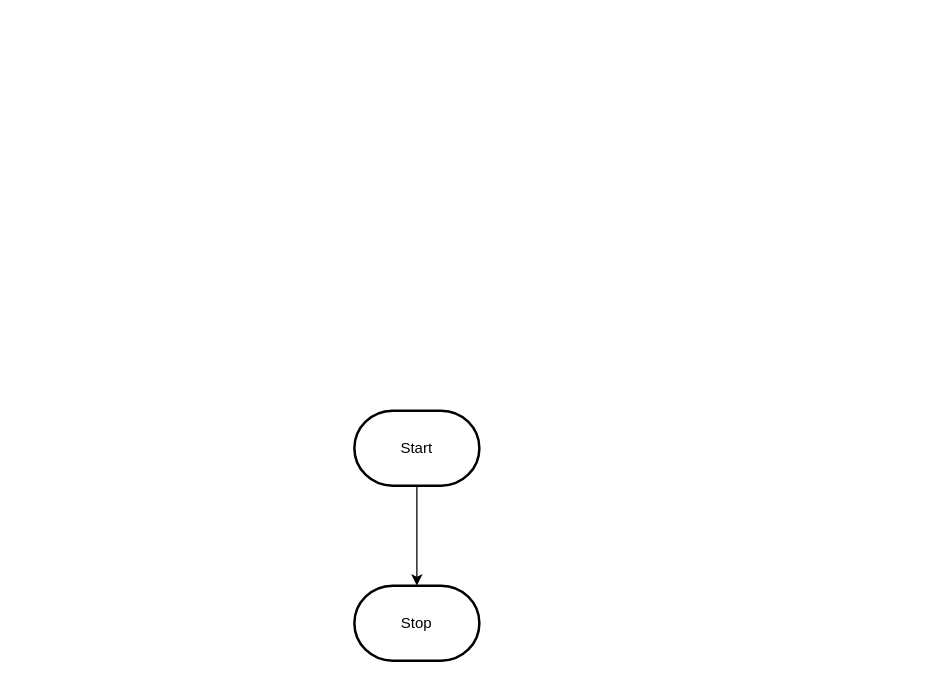
The draw.io diagram design/flowchart.drawio in MTHS-ICD2O-1-2023/ICD2O-Assignment-04-George-Khalil-29, before the edit. Source tidied: cells renumbered, new cells numbered last; positions are measured from the earlier drawing's top-left corner, leaving out a move shared by most shapes. Both pictures are drawn from the tidied source at 125%, with x=0, y=0 at pixel (354, 410).
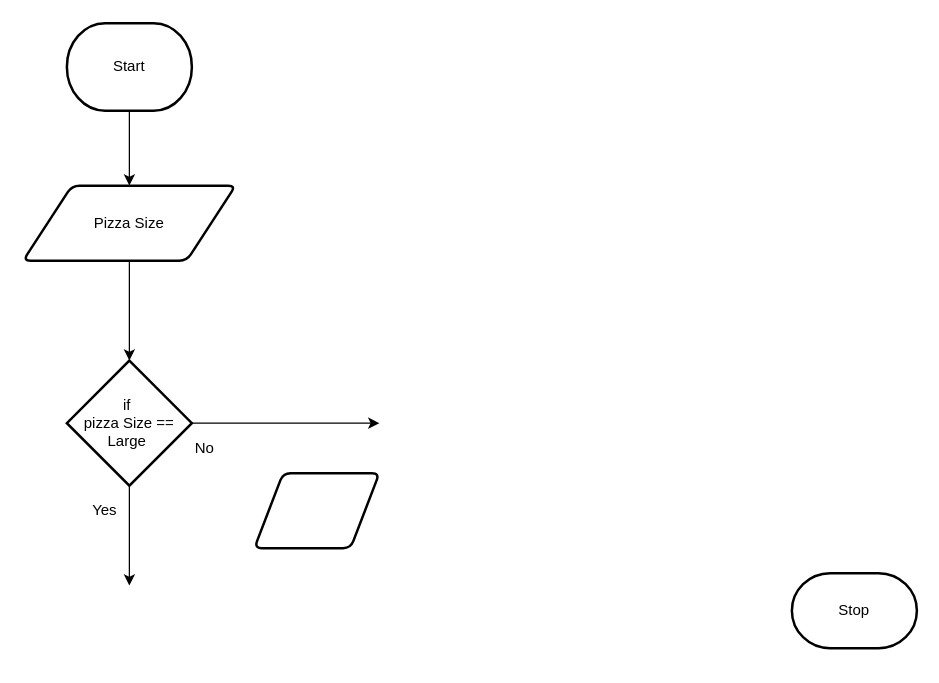
The same diagram, later.

Diff of the diagram source:
```diff
@@
 <mxGraphModel>
   <root>
     <mxCell id="0" />
     <mxCell id="1" parent="0" />
-    <mxCell id="2" style="edgeStyle=orthogonalEdgeStyle;html=1;rounded=0;" parent="1" edge="1" source="3" target="4">
-      <mxGeometry relative="1" as="geometry" />
-    </mxCell>
+    <mxCell id="5" style="edgeStyle=none;html=1;" parent="1" edge="1" source="3" target="2">
+      <mxGeometry relative="1" as="geometry" />
+    </mxCell>
     <mxCell id="3" value="Start" style="strokeWidth=2;html=1;shape=mxgraph.flowchart.terminator;whiteSpace=wrap;" parent="1" vertex="1">
-      <mxGeometry width="100" height="60" as="geometry" />
+      <mxGeometry x="-230" y="-310" width="100" height="70" as="geometry" />
     </mxCell>
     <mxCell id="4" value="Stop" style="strokeWidth=2;html=1;shape=mxgraph.flowchart.terminator;whiteSpace=wrap;" parent="1" vertex="1">
-      <mxGeometry y="140" width="100" height="60" as="geometry" />
+      <mxGeometry x="350" y="130" width="100" height="60" as="geometry" />
     </mxCell>
+    <mxCell id="6" style="edgeStyle=none;html=1;entryX=0.5;entryY=0;entryDx=0;entryDy=0;entryPerimeter=0;" parent="1" edge="1" source="2" target="9">
+      <mxGeometry relative="1" as="geometry" />
+    </mxCell>
+    <mxCell id="2" value="Pizza Size" style="shape=parallelogram;html=1;strokeWidth=2;perimeter=parallelogramPerimeter;whiteSpace=wrap;rounded=1;arcSize=12;size=0.23;" parent="1" vertex="1">
+      <mxGeometry x="-265" y="-180" width="170" height="60" as="geometry" />
+    </mxCell>
+    <mxCell id="7" style="edgeStyle=none;html=1;" parent="1" edge="1" source="9">
+      <mxGeometry relative="1" as="geometry">
+        <mxPoint x="20" y="10" as="targetPoint" />
+      </mxGeometry>
+    </mxCell>
+    <mxCell id="8" style="edgeStyle=none;html=1;" parent="1" edge="1" source="9">
+      <mxGeometry relative="1" as="geometry">
+        <mxPoint x="-180" y="140" as="targetPoint" />
+      </mxGeometry>
+    </mxCell>
+    <mxCell id="9" value="if&amp;nbsp;&lt;br&gt;pizza Size == Large&amp;nbsp;" style="strokeWidth=2;html=1;shape=mxgraph.flowchart.decision;whiteSpace=wrap;" parent="1" vertex="1">
+      <mxGeometry x="-230" y="-40" width="100" height="100" as="geometry" />
+    </mxCell>
+    <mxCell id="10" value="No" style="text;html=1;align=center;verticalAlign=middle;strokeColor=none;fillColor=none;" parent="1" vertex="1">
+      <mxGeometry x="-140" y="15" width="40" height="30" as="geometry" />
+    </mxCell>
+    <mxCell id="11" value="Yes" style="text;html=1;align=center;verticalAlign=middle;strokeColor=none;fillColor=none;" parent="1" vertex="1">
+      <mxGeometry x="-220" y="65" width="40" height="30" as="geometry" />
+    </mxCell>
+    <mxCell id="12" style="shape=parallelogram;html=1;strokeWidth=2;perimeter=parallelogramPerimeter;whiteSpace=wrap;rounded=1;arcSize=12;size=0.23;" parent="1" vertex="1">
+      <mxGeometry x="-80" y="50" width="100" height="60" as="geometry" />
+    </mxCell>
   </root>
 </mxGraphModel>
```
